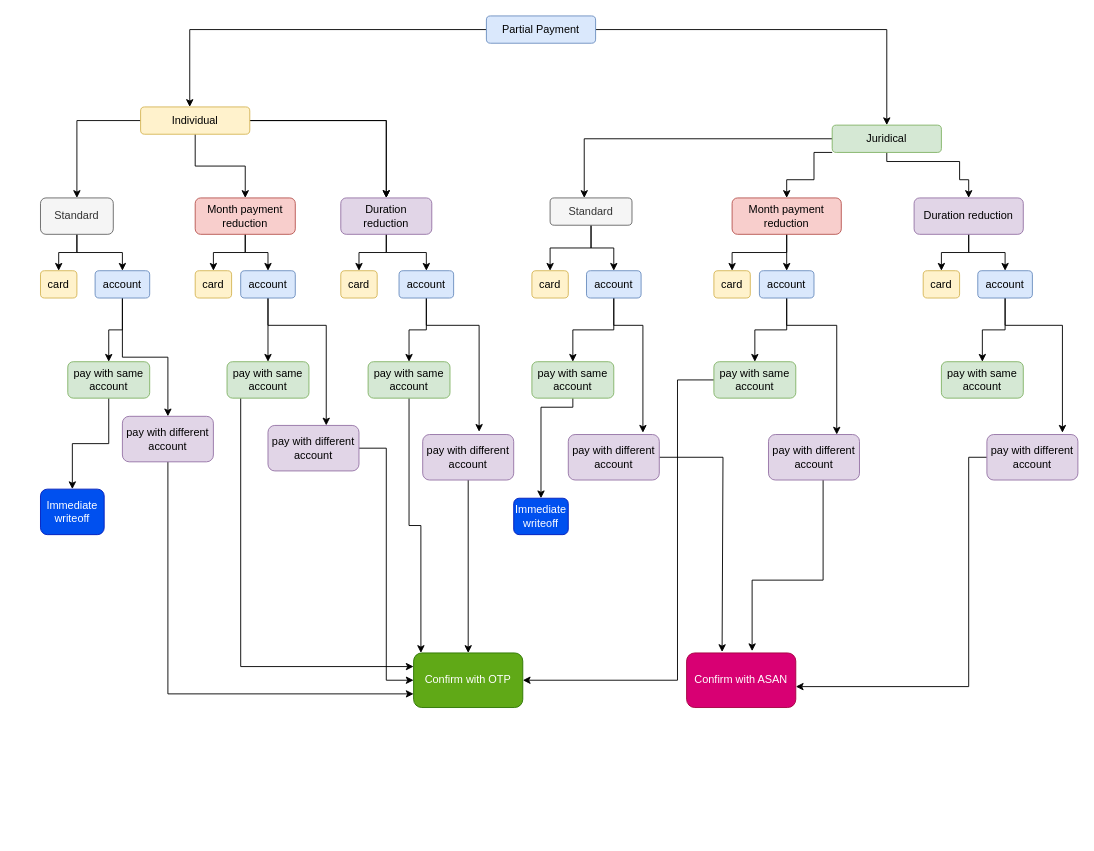
This is Диаграмма без названия.drawio from eltacshikhsaidov/tic-tac-toe, a draw.io file, before an edit. Source tidied: cells renumbered, new cells numbered last; positions are measured from the earlier drawing's top-left corner, leaving out a move shared by most shapes. Both pictures are drawn from the tidied source at 91%, with x=0, y=0 at pixel (40, 15).
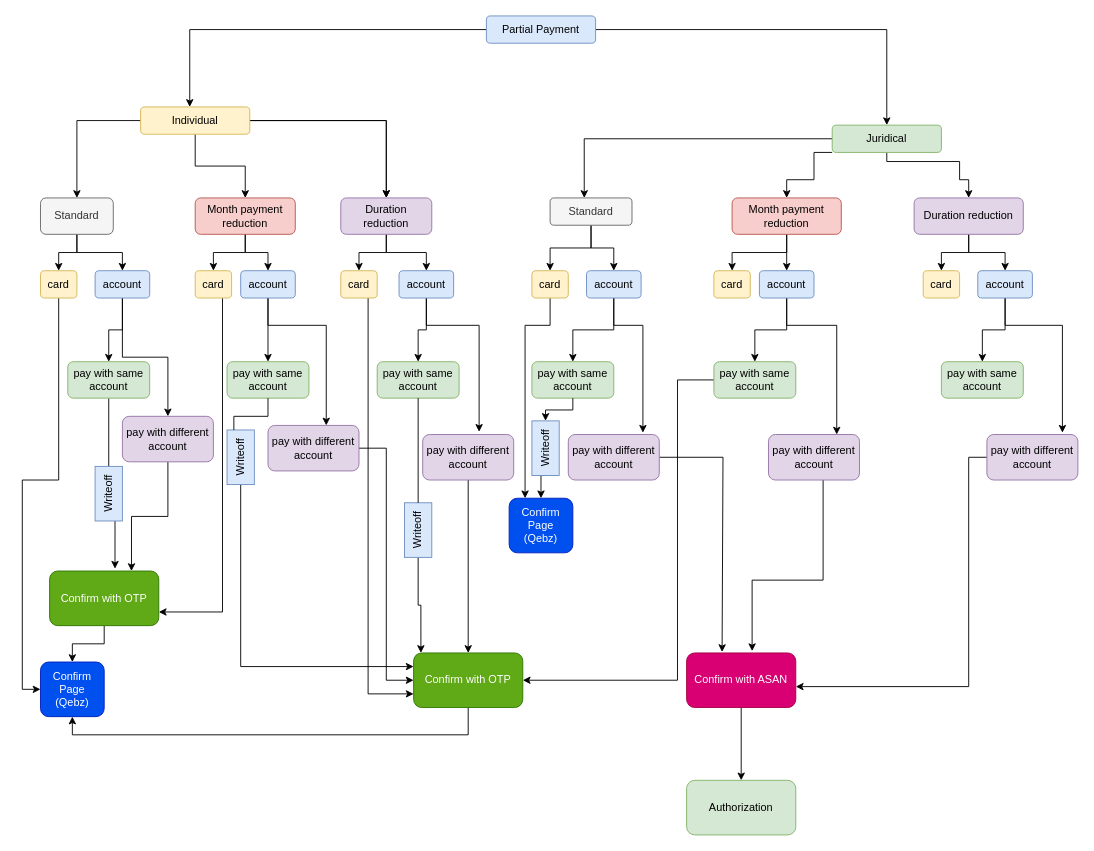
After the change.

Unchanged cells that the change refers to:
```xml
<mxCell id="32" value="card" style="rounded=1;whiteSpace=wrap;html=1;fillColor=#fff2cc;strokeColor=#d6b656;" parent="1" vertex="1">
  <mxGeometry y="280" width="40" height="30" as="geometry" />
</mxCell>
<mxCell id="36" value="card" style="rounded=1;whiteSpace=wrap;html=1;fillColor=#fff2cc;strokeColor=#d6b656;" parent="1" vertex="1">
  <mxGeometry x="170" y="280" width="40" height="30" as="geometry" />
</mxCell>
<mxCell id="37" value="card" style="rounded=1;whiteSpace=wrap;html=1;fillColor=#fff2cc;strokeColor=#d6b656;" parent="1" vertex="1">
  <mxGeometry x="330" y="280" width="40" height="30" as="geometry" />
</mxCell>
<mxCell id="38" value="card" style="rounded=1;whiteSpace=wrap;html=1;fillColor=#fff2cc;strokeColor=#d6b656;" parent="1" vertex="1">
  <mxGeometry x="540" y="280" width="40" height="30" as="geometry" />
</mxCell>
<mxCell id="57" value="pay with same account" style="rounded=1;whiteSpace=wrap;html=1;fillColor=#d5e8d4;strokeColor=#82b366;" parent="1" vertex="1">
  <mxGeometry x="30" y="380" width="90" height="40" as="geometry" />
</mxCell>
<mxCell id="59" value="pay with different account" style="rounded=1;whiteSpace=wrap;html=1;fillColor=#e1d5e7;strokeColor=#9673a6;" parent="1" vertex="1">
  <mxGeometry x="90" y="440" width="100" height="50" as="geometry" />
</mxCell>
<mxCell id="61" value="pay with same account" style="rounded=1;whiteSpace=wrap;html=1;fillColor=#d5e8d4;strokeColor=#82b366;" parent="1" vertex="1">
  <mxGeometry x="205" y="380" width="90" height="40" as="geometry" />
</mxCell>
<mxCell id="65" value="pay with same account" style="rounded=1;whiteSpace=wrap;html=1;fillColor=#d5e8d4;strokeColor=#82b366;" parent="1" vertex="1">
  <mxGeometry x="540" y="380" width="90" height="40" as="geometry" />
</mxCell>
<mxCell id="79" value="Confirm with OTP" style="rounded=1;whiteSpace=wrap;html=1;fillColor=#60a917;fontColor=#ffffff;strokeColor=#2D7600;" parent="1" vertex="1">
  <mxGeometry x="410" y="700" width="120" height="60" as="geometry" />
</mxCell>
<mxCell id="80" value="Confirm with ASAN" style="rounded=1;whiteSpace=wrap;html=1;fillColor=#d80073;fontColor=#ffffff;strokeColor=#A50040;" parent="1" vertex="1">
  <mxGeometry x="710" y="700" width="120" height="60" as="geometry" />
</mxCell>
```

Diff of the diagram source:
```diff
@@
+    <mxCell id="83" style="edgeStyle=orthogonalEdgeStyle;rounded=0;jettySize=auto;html=1;entryX=0;entryY=0.5;entryDx=0;entryDy=0;" parent="1" edge="1" source="32" target="81">
+      <mxGeometry relative="1" as="geometry" />
+    </mxCell>
@@
+    <mxCell id="84" style="edgeStyle=orthogonalEdgeStyle;rounded=0;jettySize=auto;html=1;entryX=1;entryY=0.75;entryDx=0;entryDy=0;" parent="1" edge="1" source="36" target="91">
+      <mxGeometry relative="1" as="geometry">
+        <Array as="points">
+          <mxPoint x="200" y="655" />
+        </Array>
+      </mxGeometry>
+    </mxCell>
@@
+    <mxCell id="85" style="edgeStyle=orthogonalEdgeStyle;rounded=0;jettySize=auto;html=1;entryX=0;entryY=0.75;entryDx=0;entryDy=0;" parent="1" edge="1" source="37" target="79">
+      <mxGeometry relative="1" as="geometry">
+        <Array as="points">
+          <mxPoint x="360" y="745" />
+        </Array>
+      </mxGeometry>
+    </mxCell>
@@
+    <mxCell id="86" style="edgeStyle=orthogonalEdgeStyle;rounded=0;jettySize=auto;html=1;entryX=0.25;entryY=0;entryDx=0;entryDy=0;strokeColor=#000000;" parent="1" edge="1" source="38" target="92">
+      <mxGeometry relative="1" as="geometry">
+        <Array as="points">
+          <mxPoint x="560" y="340" />
+          <mxPoint x="533" y="340" />
+        </Array>
+      </mxGeometry>
+    </mxCell>
@@
-    <mxCell id="56" style="edgeStyle=orthogonalEdgeStyle;rounded=0;jettySize=auto;html=1;entryX=0.5;entryY=0;entryDx=0;entryDy=0;" parent="1" edge="1" source="57" target="81">
-      <mxGeometry relative="1" as="geometry" />
+    <mxCell id="56" style="edgeStyle=orthogonalEdgeStyle;rounded=0;jettySize=auto;html=1;entryX=0.599;entryY=-0.043;entryDx=0;entryDy=0;entryPerimeter=0;" parent="1" edge="1" source="57" target="91">
+      <mxGeometry relative="1" as="geometry">
+        <Array as="points">
+          <mxPoint x="75" y="515" />
+          <mxPoint x="82" y="515" />
+        </Array>
+      </mxGeometry>
     </mxCell>
@@
-    <mxCell id="58" style="edgeStyle=orthogonalEdgeStyle;rounded=0;jettySize=auto;html=1;entryX=0;entryY=0.75;entryDx=0;entryDy=0;" parent="1" edge="1" source="59" target="79">
-      <mxGeometry relative="1" as="geometry">
-        <Array as="points">
-          <mxPoint x="140" y="745" />
-        </Array>
-      </mxGeometry>
-    </mxCell>
+    <mxCell id="87" style="edgeStyle=orthogonalEdgeStyle;rounded=0;jettySize=auto;html=1;entryX=0.75;entryY=0;entryDx=0;entryDy=0;" parent="1" edge="1" source="59" target="91">
+      <mxGeometry relative="1" as="geometry" />
+    </mxCell>
@@
-    <mxCell id="60" style="edgeStyle=orthogonalEdgeStyle;rounded=0;jettySize=auto;html=1;entryX=0;entryY=0.25;entryDx=0;entryDy=0;" parent="1" edge="1" source="61" target="79">
+    <mxCell id="60" style="edgeStyle=orthogonalEdgeStyle;rounded=0;jettySize=auto;html=1;entryX=0;entryY=0.25;entryDx=0;entryDy=0;startArrow=none;" parent="1" edge="1" source="94" target="79">
       <mxGeometry relative="1" as="geometry">
         <Array as="points">
           <mxPoint x="220" y="715" />
         </Array>
       </mxGeometry>
     </mxCell>
@@
-    <mxCell id="62" style="edgeStyle=orthogonalEdgeStyle;rounded=0;jettySize=auto;html=1;entryX=0.067;entryY=0;entryDx=0;entryDy=0;entryPerimeter=0;" parent="1" edge="1" source="63" target="79">
+    <mxCell id="62" style="edgeStyle=orthogonalEdgeStyle;rounded=0;jettySize=auto;html=1;entryX=0.067;entryY=0;entryDx=0;entryDy=0;entryPerimeter=0;startArrow=none;" parent="1" edge="1" source="96" target="79">
       <mxGeometry relative="1" as="geometry" />
     </mxCell>
     <mxCell id="63" value="pay with same account" style="rounded=1;whiteSpace=wrap;html=1;fillColor=#d5e8d4;strokeColor=#82b366;" parent="1" vertex="1">
-      <mxGeometry x="360" y="380" width="90" height="40" as="geometry" />
+      <mxGeometry x="370" y="380" width="90" height="40" as="geometry" />
     </mxCell>
-    <mxCell id="64" style="edgeStyle=orthogonalEdgeStyle;rounded=0;jettySize=auto;html=1;" parent="1" edge="1" source="65" target="82">
-      <mxGeometry relative="1" as="geometry">
-        <Array as="points">
-          <mxPoint x="585" y="430" />
-          <mxPoint x="550" y="430" />
-        </Array>
-      </mxGeometry>
-    </mxCell>
@@
+    <mxCell id="88" style="edgeStyle=orthogonalEdgeStyle;rounded=0;jettySize=auto;html=1;entryX=0.5;entryY=1;entryDx=0;entryDy=0;" parent="1" edge="1" source="79" target="81">
+      <mxGeometry relative="1" as="geometry">
+        <Array as="points">
+          <mxPoint x="470" y="790" />
+          <mxPoint x="35" y="790" />
+        </Array>
+      </mxGeometry>
+    </mxCell>
@@
+    <mxCell id="89" style="edgeStyle=elbowEdgeStyle;rounded=0;jettySize=auto;elbow=vertical;html=1;entryX=0.5;entryY=0;entryDx=0;entryDy=0;strokeColor=#000000;" parent="1" edge="1" source="80" target="101">
+      <mxGeometry relative="1" as="geometry" />
+    </mxCell>
@@
-    <mxCell id="81" value="Immediate writeoff" style="rounded=1;whiteSpace=wrap;html=1;fillColor=#0050ef;fontColor=#ffffff;strokeColor=#001DBC;" parent="1" vertex="1">
-      <mxGeometry y="520" width="70" height="50" as="geometry" />
+    <mxCell id="81" value="Confirm Page&lt;br&gt;(Qebz)" style="rounded=1;whiteSpace=wrap;html=1;fillColor=#0050ef;fontColor=#ffffff;strokeColor=#001DBC;" parent="1" vertex="1">
+      <mxGeometry y="710" width="70" height="60" as="geometry" />
     </mxCell>
-    <mxCell id="82" value="Immediate writeoff" style="rounded=1;whiteSpace=wrap;html=1;fillColor=#0050ef;fontColor=#ffffff;strokeColor=#001DBC;" parent="1" vertex="1">
-      <mxGeometry x="520" y="530" width="60" height="40" as="geometry" />
-    </mxCell>
+    <mxCell id="90" style="edgeStyle=orthogonalEdgeStyle;rounded=0;jettySize=auto;html=1;entryX=0.5;entryY=0;entryDx=0;entryDy=0;" parent="1" edge="1" source="91" target="81">
+      <mxGeometry relative="1" as="geometry" />
+    </mxCell>
+    <mxCell id="91" value="Confirm with OTP" style="rounded=1;whiteSpace=wrap;html=1;fillColor=#60a917;fontColor=#ffffff;strokeColor=#2D7600;" parent="1" vertex="1">
+      <mxGeometry x="10" y="610" width="120" height="60" as="geometry" />
+    </mxCell>
+    <mxCell id="92" value="Confirm Page&lt;br&gt;(Qebz)" style="rounded=1;whiteSpace=wrap;html=1;fillColor=#0050ef;fontColor=#ffffff;strokeColor=#001DBC;" parent="1" vertex="1">
+      <mxGeometry x="515" y="530" width="70" height="60" as="geometry" />
+    </mxCell>
+    <mxCell id="93" value="Writeoff" style="text;html=1;strokeColor=#6c8ebf;fillColor=#dae8fc;align=center;verticalAlign=middle;whiteSpace=wrap;rounded=0;rotation=-90;" parent="1" vertex="1">
+      <mxGeometry x="45" y="510" width="60" height="30" as="geometry" />
+    </mxCell>
+    <mxCell id="94" value="Writeoff" style="text;html=1;strokeColor=#6c8ebf;fillColor=#dae8fc;align=center;verticalAlign=middle;whiteSpace=wrap;rounded=0;rotation=-90;" parent="1" vertex="1">
+      <mxGeometry x="190" y="470" width="60" height="30" as="geometry" />
+    </mxCell>
+    <mxCell id="95" style="edgeStyle=orthogonalEdgeStyle;rounded=0;jettySize=auto;html=1;endArrow=none;entryX=1;entryY=0.25;entryDx=0;entryDy=0;" parent="1" edge="1" source="61" target="94">
+      <mxGeometry relative="1" as="geometry">
+        <Array as="points">
+          <mxPoint x="250" y="440" />
+          <mxPoint x="212" y="440" />
+        </Array>
+      </mxGeometry>
+    </mxCell>
+    <mxCell id="96" value="Writeoff" style="text;html=1;strokeColor=#6c8ebf;fillColor=#dae8fc;align=center;verticalAlign=middle;whiteSpace=wrap;rounded=0;rotation=-90;" parent="1" vertex="1">
+      <mxGeometry x="385" y="550" width="60" height="30" as="geometry" />
+    </mxCell>
+    <mxCell id="97" style="edgeStyle=orthogonalEdgeStyle;rounded=0;jettySize=auto;html=1;entryX=1;entryY=0.5;entryDx=0;entryDy=0;endArrow=none;" parent="1" edge="1" source="63" target="96">
+      <mxGeometry relative="1" as="geometry" />
+    </mxCell>
+    <mxCell id="98" style="edgeStyle=orthogonalEdgeStyle;rounded=0;jettySize=auto;html=1;exitX=0;exitY=0.5;exitDx=0;exitDy=0;entryX=0.5;entryY=0;entryDx=0;entryDy=0;strokeColor=#000000;" parent="1" edge="1" source="100" target="92">
+      <mxGeometry relative="1" as="geometry" />
+    </mxCell>
+    <mxCell id="99" style="rounded=0;jettySize=auto;html=1;exitX=0.5;exitY=1;exitDx=0;exitDy=0;strokeColor=#000000;entryX=1;entryY=0.5;entryDx=0;entryDy=0;edgeStyle=elbowEdgeStyle;elbow=vertical;" parent="1" edge="1" source="65" target="100">
+      <mxGeometry relative="1" as="geometry" />
+    </mxCell>
+    <mxCell id="100" value="Writeoff" style="text;html=1;strokeColor=#6c8ebf;fillColor=#dae8fc;align=center;verticalAlign=middle;whiteSpace=wrap;rounded=0;rotation=-90;" parent="1" vertex="1">
+      <mxGeometry x="525" y="460" width="60" height="30" as="geometry" />
+    </mxCell>
+    <mxCell id="101" value="Authorization" style="rounded=1;whiteSpace=wrap;html=1;fillColor=#d5e8d4;strokeColor=#82b366;" parent="1" vertex="1">
+      <mxGeometry x="710" y="840" width="120" height="60" as="geometry" />
+    </mxCell>
```
